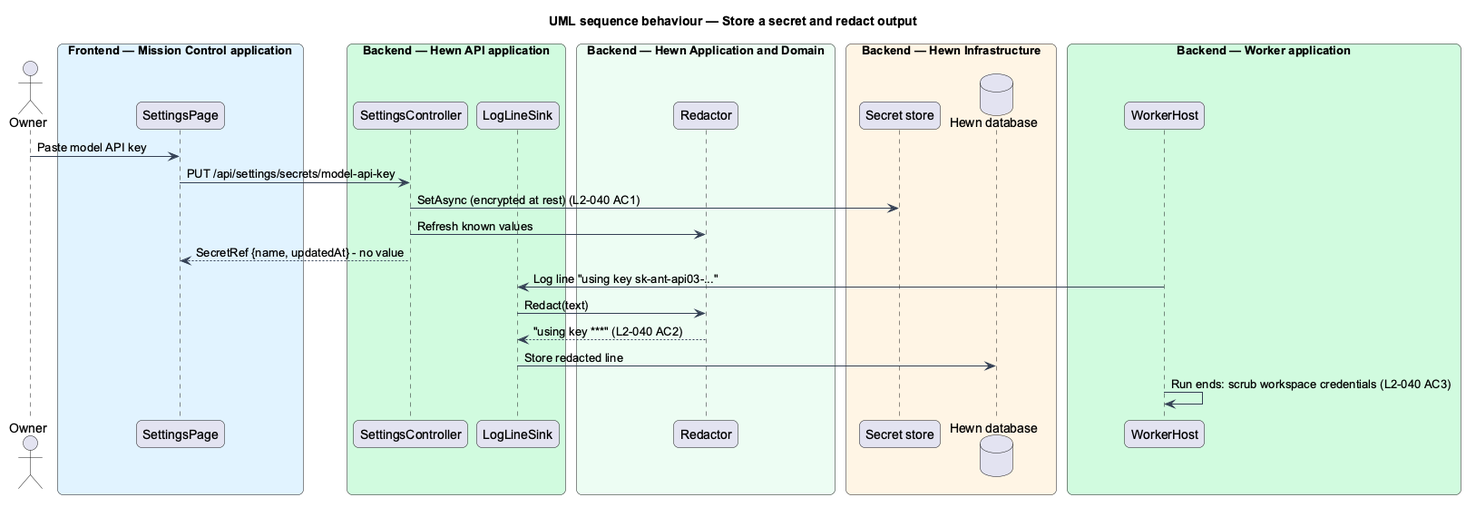
The PlantUML diagram docs/detailed-designs/security/secrets-and-redaction/diagrams/sequence-redact.png in QuinntyneBrown/hewn, before a commit.
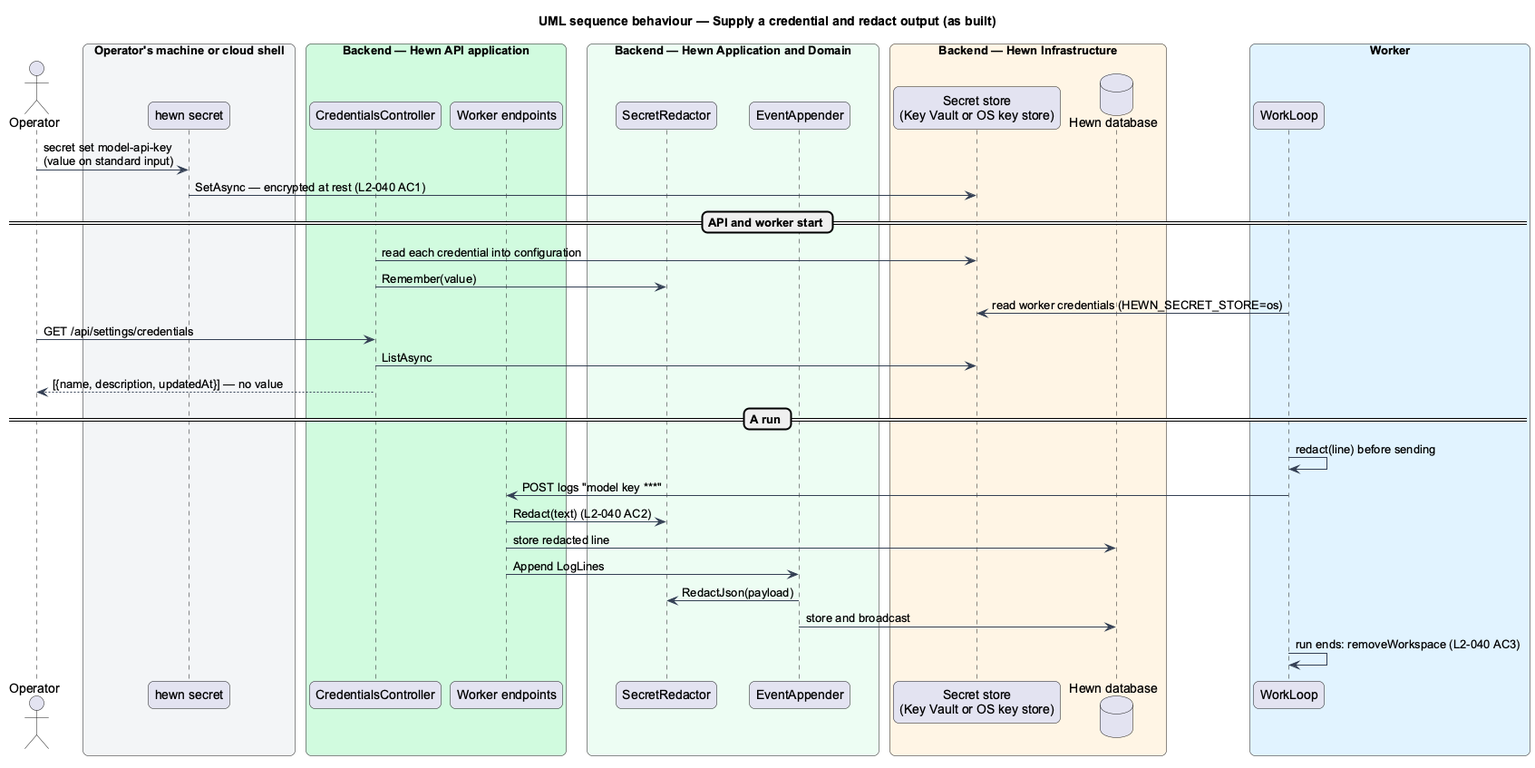
The same diagram one commit later.

Change to the diagram source:
```diff
@@ -1,5 +1,5 @@
 @startuml
-title UML sequence behaviour — Store a secret and redact output
+title UML sequence behaviour — Supply a credential and redact output (as built)
 skinparam backgroundColor #FFFFFF
 skinparam shadowing false
 skinparam roundcorner 12
@@ -15,32 +15,41 @@
   BackgroundColor #F9FAFB
 }
 skinparam sequenceMessageAlign left
-actor "Owner" as owner
-box "Frontend — Mission Control application" #E0F2FE
-  participant "SettingsPage" as spa
+actor "Operator" as op
+box "Operator's machine or cloud shell" #F2F4F7
+  participant "hewn secret" as cli
 end box
 box "Backend — Hewn API application" #D1FADF
-  participant "SettingsController" as ctrl
-  participant "LogLineSink" as logs
+  participant "CredentialsController" as ctrl
+  participant "Worker endpoints" as ingest
 end box
 box "Backend — Hewn Application and Domain" #ECFDF3
-  participant "Redactor" as red
+  participant "SecretRedactor" as red
+  participant "EventAppender" as events
 end box
 box "Backend — Hewn Infrastructure" #FFF4E5
-  participant "Secret store" as vault
+  participant "Secret store\n(Key Vault or OS key store)" as vault
   database "Hewn database" as db
 end box
-box "Backend — Worker application" #D1FADF
-  participant "WorkerHost" as worker
+box "Worker" #E0F2FE
+  participant "WorkLoop" as worker
 end box
-owner -> spa : Paste model API key
-spa -> ctrl : PUT /api/settings/secrets/model-api-key
-ctrl -> vault : SetAsync (encrypted at rest) (L2-040 AC1)
-ctrl -> red : Refresh known values
-ctrl --> spa : SecretRef {name, updatedAt} - no value
-worker -> logs : Log line "using key sk-ant-api03-..."
-logs -> red : Redact(text)
-red --> logs : "using key ***" (L2-040 AC2)
-logs -> db : Store redacted line
-worker -> worker : Run ends: scrub workspace credentials (L2-040 AC3)
+op -> cli : secret set model-api-key\n(value on standard input)
+cli -> vault : SetAsync — encrypted at rest (L2-040 AC1)
+== API and worker start ==
+ctrl -> vault : read each credential into configuration
+ctrl -> red : Remember(value)
+worker -> vault : read worker credentials (HEWN_SECRET_STORE=os)
+op -> ctrl : GET /api/settings/credentials
+ctrl -> vault : ListAsync
+ctrl --> op : [{name, description, updatedAt}] — no value
+== A run ==
+worker -> worker : redact(line) before sending
+worker -> ingest : POST logs "model key ***"
+ingest -> red : Redact(text) (L2-040 AC2)
+ingest -> db : store redacted line
+ingest -> events : Append LogLines
+events -> red : RedactJson(payload)
+events -> db : store and broadcast
+worker -> worker : run ends: removeWorkspace (L2-040 AC3)
 @enduml
```
